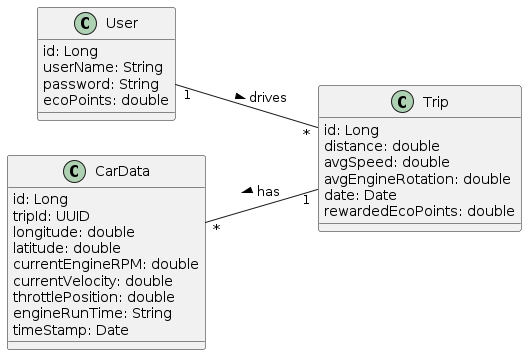
Before: images/cld.png, a diagram exported from PlantUML (2324-4bhif-syp/2324-4bhif-syp-project-ecopoints).
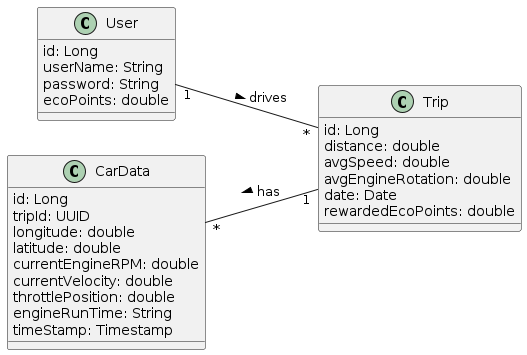
Above is the later version.

Diff of the diagram source:
```diff
@@ -26,7 +26,7 @@
     currentVelocity: double
     throttlePosition: double
     engineRunTime: String
-    timeStamp: Date
+    timeStamp: Timestamp
  }
 
 User "1" -- "*" Trip : > drives
```
